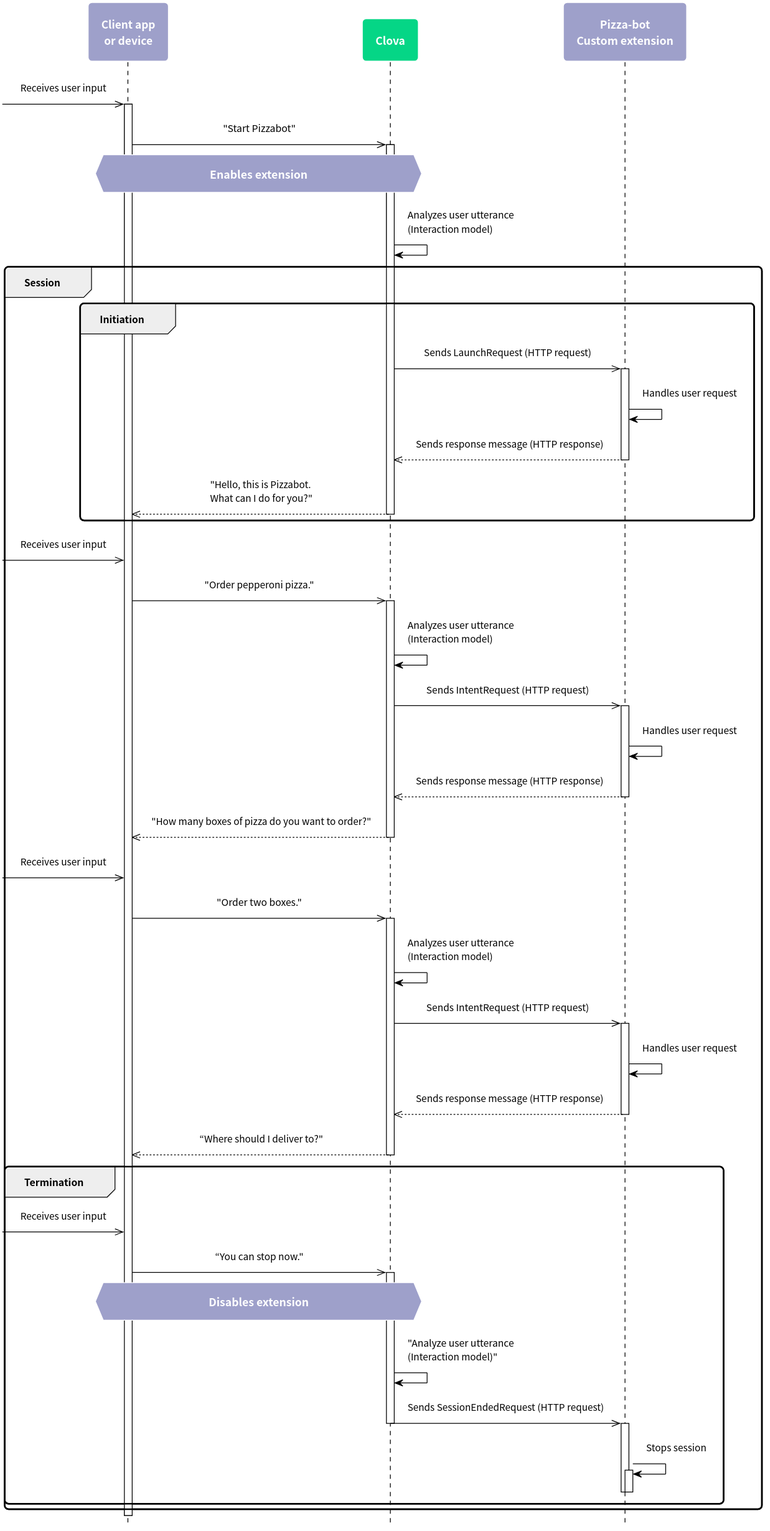
This is en-KR/Develop/Assets/Images/CEK_Custom_Extension_Multi-turn_Sequence_Diagram.svg from Dithn/clova-custom-extension-developer-guide, a PlantUML export, as it was before one commit.
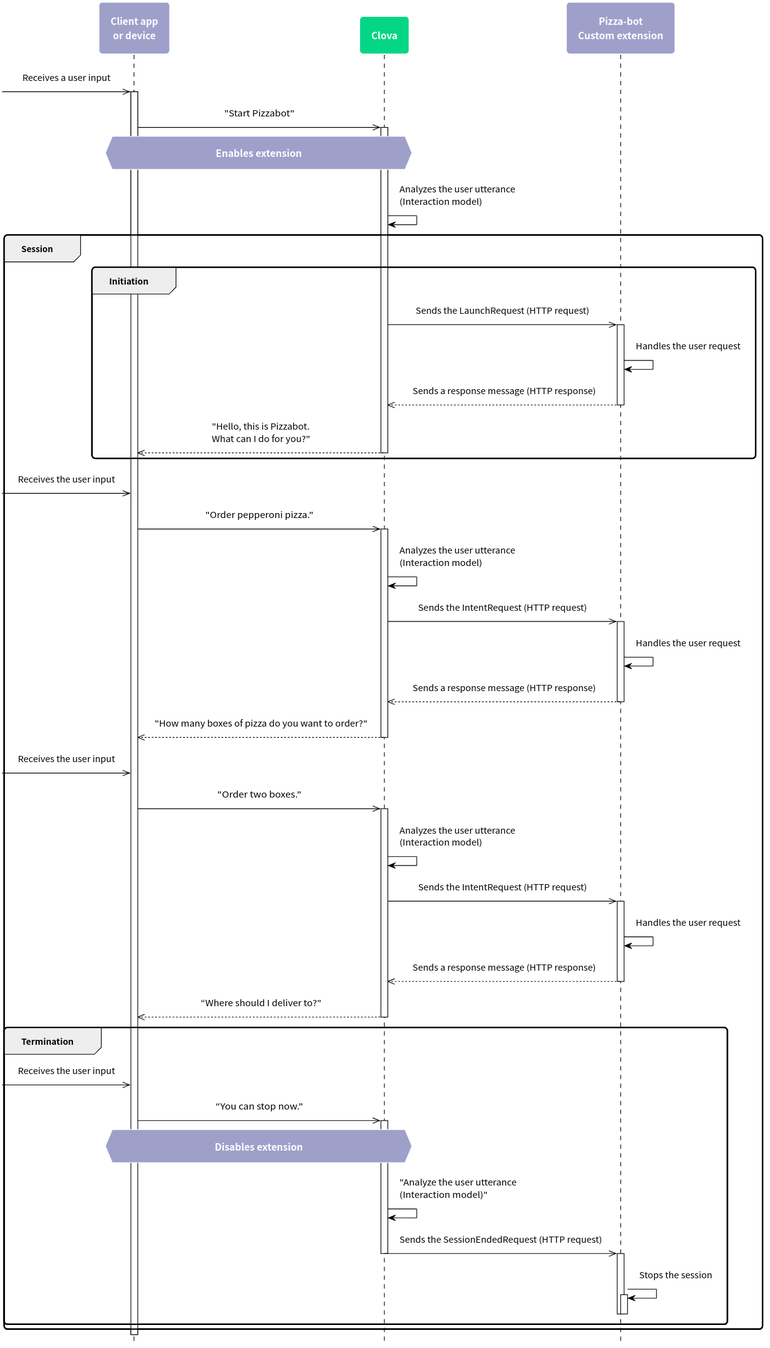
After the change.

Diff of the diagram source:
```diff
@@ -53,23 +53,23 @@
 participant "Clova" as clova #05D686
 participant "Pizza-bot\nCustom extension" as ext #9EA0CA
 
-[->> client: Receives user input
+[->> client: Receives a user input
 
 activate client
   client ->> clova: "Start Pizzabot"
   hnote over client, clova: Enables extension
 
     activate clova
-      clova -> clova: Analyzes user utterance\l(Interaction model)
+      clova -> clova: Analyzes the user utterance\l(Interaction model)
 
     group Session
 
       group Initiation
-        clova ->> ext: Sends LaunchRequest (HTTP request)
+        clova ->> ext: Sends the LaunchRequest (HTTP request)
 
         activate ext
-          ext -> ext: Handles user request
-          ext -->> clova: Sends response message (HTTP response)
+          ext -> ext: Handles the user request
+          ext -->> clova: Sends a response message (HTTP response)
         deactivate ext
 
         clova -->> client: "Hello, this is Pizzabot.\lWhat can I do for you?"
@@ -78,34 +78,34 @@
 
       end
 
-  [->> client: Receives user input
+  [->> client: Receives the user input
 
   client ->> clova: "Order pepperoni pizza."
 
   activate clova
-    clova -> clova: Analyzes user utterance\l(Interaction model)
-    clova ->> ext: Sends IntentRequest (HTTP request)
+    clova -> clova: Analyzes the user utterance\l(Interaction model)
+    clova ->> ext: Sends the IntentRequest (HTTP request)
 
     activate ext
-      ext -> ext: Handles user request
-      ext -->> clova: Sends response message (HTTP response)
+      ext -> ext: Handles the user request
+      ext -->> clova: Sends a response message (HTTP response)
     deactivate ext
 
     clova -->> client: "How many boxes of pizza do you want to order?"
 
   deactivate clova
 
-  [->> client: Receives user input
+  [->> client: Receives the user input
 
   client ->> clova: "Order two boxes."
 
   activate clova
-    clova -> clova: Analyzes user utterance\l(Interaction model)
-    clova ->> ext: Sends IntentRequest (HTTP request)
+    clova -> clova: Analyzes the user utterance\l(Interaction model)
+    clova ->> ext: Sends the IntentRequest (HTTP request)
 
     activate ext
-      ext -> ext: Handles user request
-      ext -->> clova: Sends response message (HTTP response)
+      ext -> ext: Handles the user request
+      ext -->> clova: Sends a response message (HTTP response)
     deactivate ext
 
     clova -->> client: “Where should I deliver to?"
@@ -114,17 +114,17 @@
 
   group Termination
 
-    [->> client: Receives user input
+    [->> client: Receives the user input
 
     client ->> clova: “You can stop now."
     hnote over client, clova: Disables extension
 
     activate clova
-      clova -> clova: "Analyze user utterance\n(Interaction model)"
-      clova ->> ext: Sends SessionEndedRequest (HTTP request)
+      clova -> clova: "Analyze the user utterance\n(Interaction model)"
+      clova ->> ext: Sends the SessionEndedRequest (HTTP request)
     deactivate clova
 	activate ext
-			ext -> ext: Stops session
+			ext -> ext: Stops the session
 	activate ext
 	deactivate ext
 	deactivate ext
```
